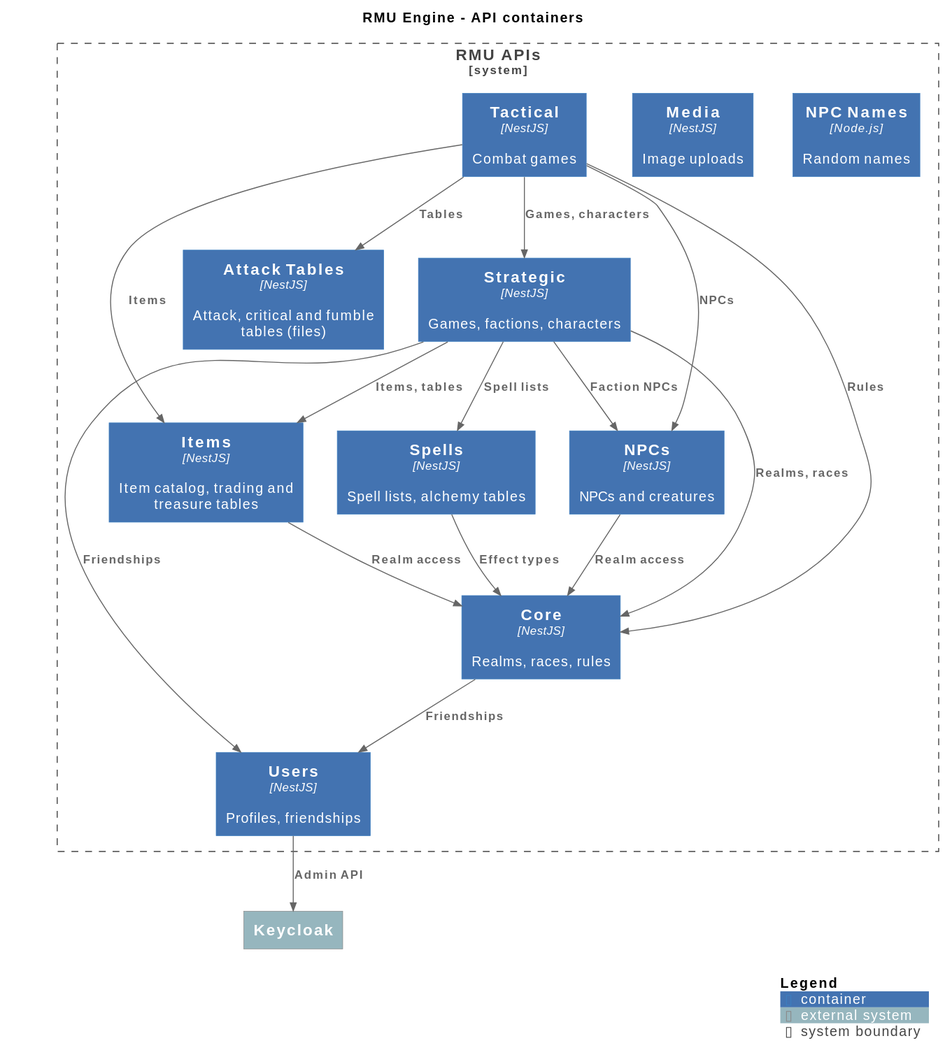
Before: docs/diagrams/c4-containers-apis.svg, a diagram exported from PlantUML (labcabrera/rmu-platform). Its diagram source:
```plantuml
@startuml
title RMU Engine - API containers

!include https://raw.githubusercontent.com/plantuml-stdlib/C4-PlantUML/master/C4_Container.puml

UpdateElementStyle(container, $bgColor="#4373b1ff")
UpdateElementStyle(external_system, $bgColor="#96b6beff")

System_Boundary(rmu, "RMU APIs") {
    Container(tactical, "Tactical", "NestJS", "Combat games")
    Container(strategic, "Strategic", "NestJS", "Games, factions, characters")
    Container(attack_tables, "Attack Tables", "NestJS", "Attack, critical and fumble tables (files)")
    Container(items, "Items", "NestJS", "Item catalog, trading and treasure tables")
    Container(npcs, "NPCs", "NestJS", "NPCs and creatures")
    Container(spells, "Spells", "NestJS", "Spell lists, alchemy tables")
    Container(core, "Core", "NestJS", "Realms, races, rules")
    Container(users, "Users", "NestJS", "Profiles, friendships")
    Container(media, "Media", "NestJS", "Image uploads")
    Container(npc_names, "NPC Names", "Node.js", "Random names")
}

System_Ext(keycloak, "Keycloak")

Rel(tactical, strategic, "Games, characters")
Rel(tactical, attack_tables, "Tables")
Rel(tactical, items, "Items")
Rel(tactical, npcs, "NPCs")
Rel(tactical, core, "Rules")
Rel(strategic, items, "Items, tables")
Rel(strategic, spells, "Spell lists")
Rel(strategic, npcs, "Faction NPCs")
Rel(strategic, core, "Realms, races")
Rel(strategic, users, "Friendships")
Rel(items, core, "Realm access")
Rel(npcs, core, "Realm access")
Rel(spells, core, "Effect types")
Rel(core, users, "Friendships")
Rel(users, keycloak, "Admin API")

SHOW_LEGEND()
@enduml
```
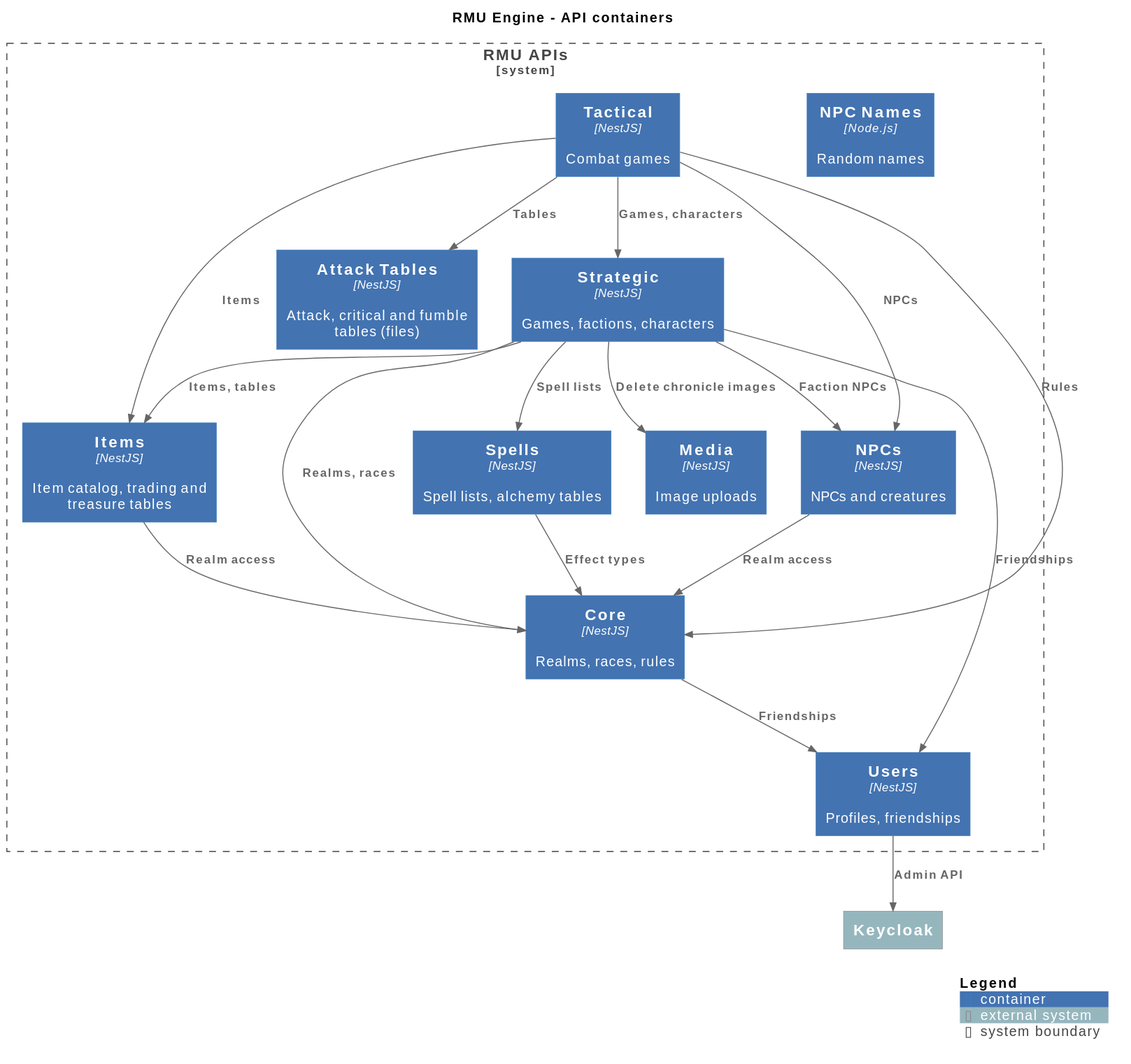
Later version of the same file.

Commit message:
feat: strategic calls media for the chronicle images

The edit, as a diff of the source:
```diff
@@ -31,6 +31,7 @@
 Rel(strategic, npcs, "Faction NPCs")
 Rel(strategic, core, "Realms, races")
 Rel(strategic, users, "Friendships")
+Rel(strategic, media, "Delete chronicle images")
 Rel(items, core, "Realm access")
 Rel(npcs, core, "Realm access")
 Rel(spells, core, "Effect types")
```
